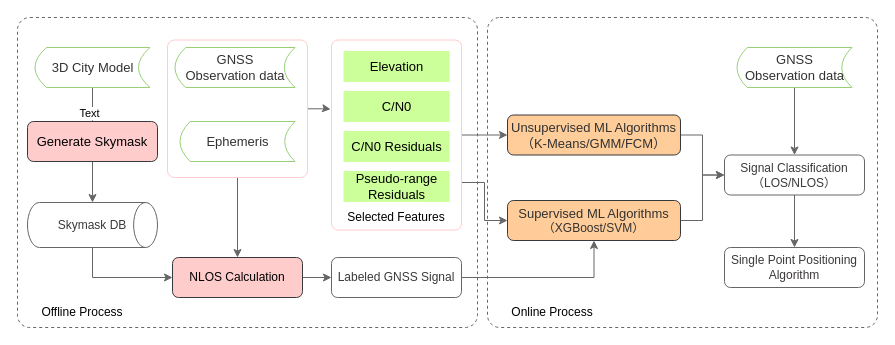
This is drawio/GNSS.drawio from huzihe/pyplot, a draw.io file, before an edit. Source tidied: cells renumbered, new cells numbered last; positions are measured from the earlier drawing's top-left corner, leaving out a move shared by most shapes. Both pictures are drawn from the tidied source at 100%, with x=0, y=0 at pixel (17, 17).
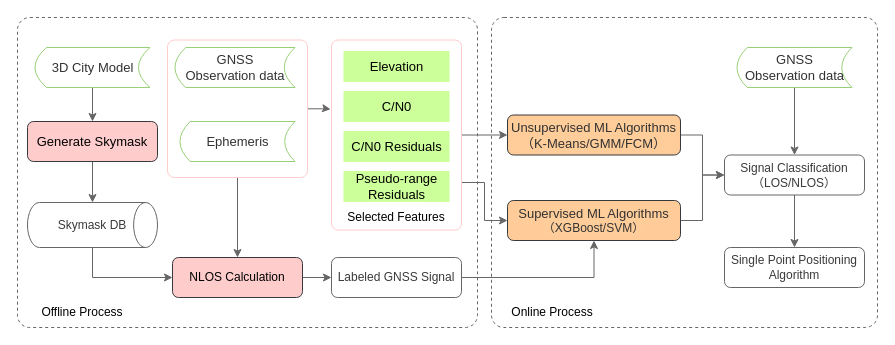
After the change.

Unchanged cells that the change refers to:
```xml
<mxCell id="12" style="edgeStyle=orthogonalEdgeStyle;rounded=0;jettySize=auto;html=1;strokeColor=#666666;" parent="1" edge="1" source="14" target="11">
  <mxGeometry relative="1" as="geometry" />
</mxCell>
```

What changed in the source:
```diff
@@
     <mxCell id="6" style="rounded=1;whiteSpace=wrap;html=1;arcSize=4;dashed=1;strokeColor=#666666;" parent="1" vertex="1">
-      <mxGeometry x="470" width="390" height="310" as="geometry" />
+      <mxGeometry x="474" width="386" height="310" as="geometry" />
     </mxCell>
@@
-    <mxCell id="13" value="Text" style="edgeLabel;html=1;align=center;verticalAlign=middle;" parent="12" vertex="1">
-      <mxGeometry x="0.61" y="-4" relative="1" as="geometry" />
-    </mxCell>
```
